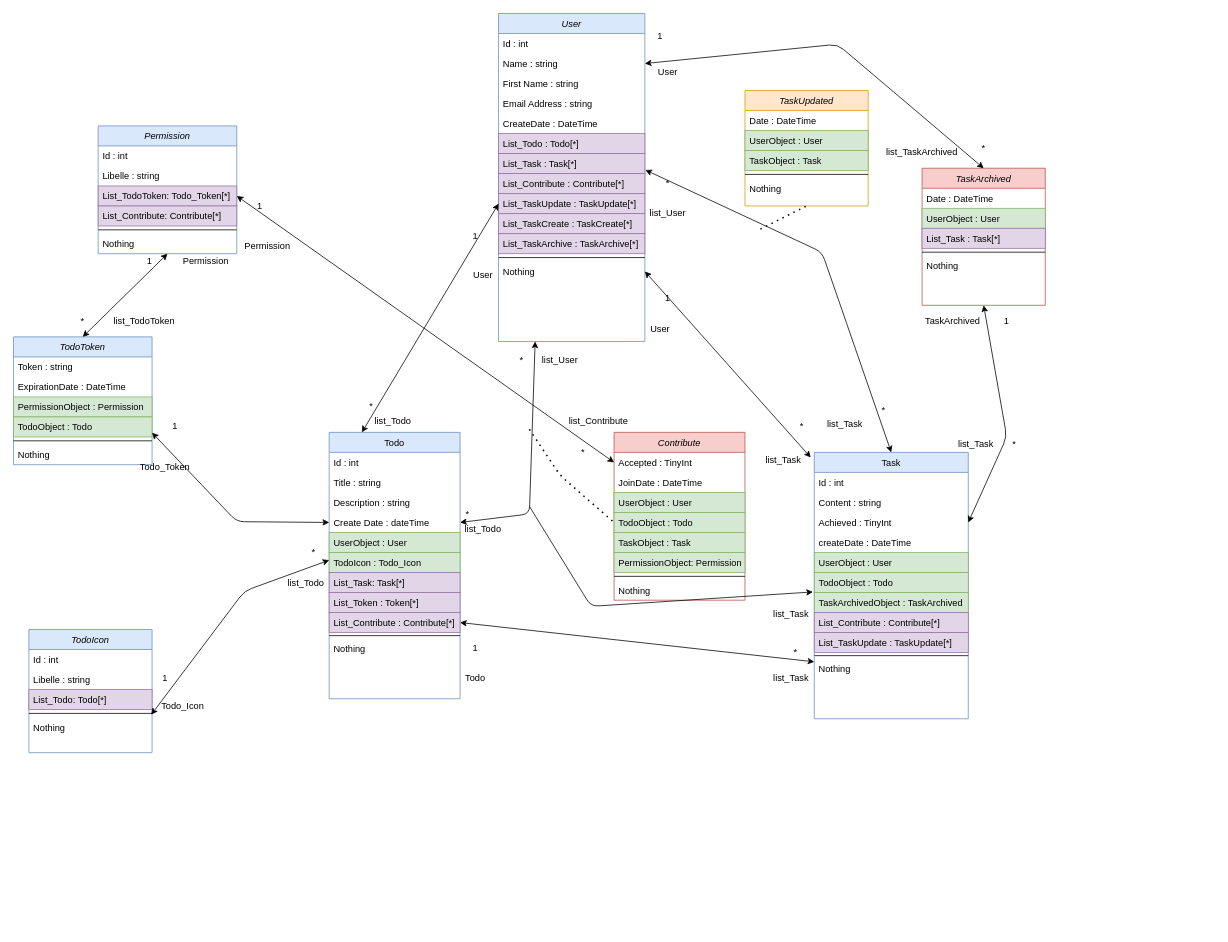
This is public/assets/todo_diagramCLASS.drawio from BaptisteLecat/Todo, a draw.io file, before an edit. Source tidied: cells renumbered, new cells numbered last; positions are measured from the earlier drawing's top-left corner, leaving out a move shared by most shapes. Both pictures are drawn from the tidied source at 77%, with x=0, y=0 at pixel (13, 13).
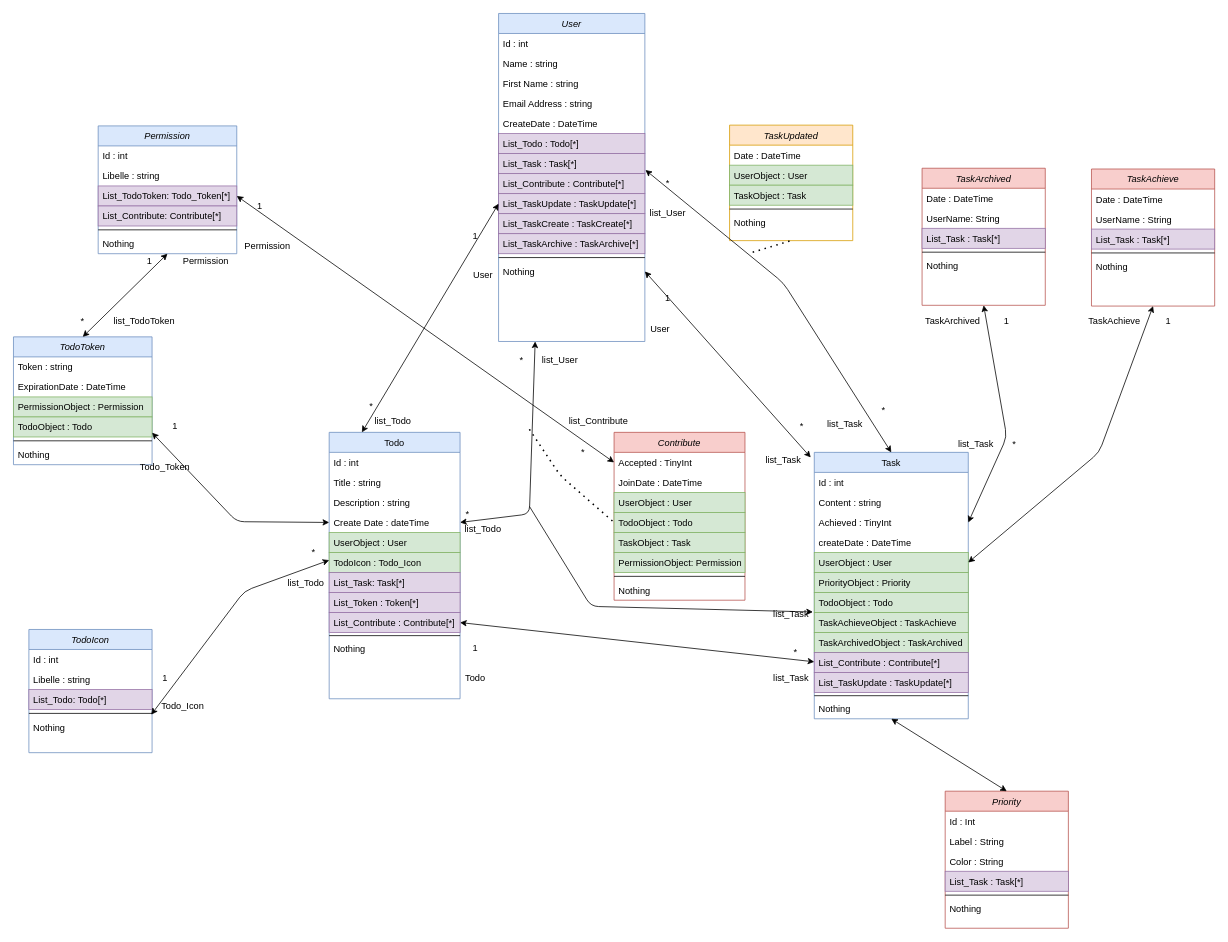
Above is the later version.

Commit message (it also covers changes not shown here):
Ajout Attribut Priority

Unchanged cells that the change refers to:
```xml
<mxCell id="4" value="Name : string" style="text;align=left;verticalAlign=top;spacingLeft=4;spacingRight=4;overflow=hidden;points=[[0,0.5],[1,0.5]];portConstraint=eastwest;rounded=0;shadow=0;html=0;" parent="2" vertex="1">
  <mxGeometry y="52" width="190" height="26" as="geometry" />
</mxCell>
<mxCell id="9" value="List_Task : Task[*]" style="text;align=left;verticalAlign=top;spacingLeft=4;spacingRight=4;overflow=hidden;points=[[0,0.5],[1,0.5]];portConstraint=eastwest;rounded=0;shadow=0;html=0;fillColor=#e1d5e7;strokeColor=#9673a6;" parent="2" vertex="1">
  <mxGeometry y="182" width="190" height="26" as="geometry" />
</mxCell>
<mxCell id="16" value="Task" style="swimlane;fontStyle=0;align=center;verticalAlign=top;horizontal=1;startSize=26;rounded=0;shadow=0;strokeWidth=1;fillColor=#dae8fc;strokeColor=#6c8ebf;" parent="1" vertex="1">
  <mxGeometry x="1040" y="570" width="200" height="346" as="geometry" />
</mxCell>
<mxCell id="21" value="UserObject : User" style="text;align=left;verticalAlign=top;spacingLeft=4;spacingRight=4;overflow=hidden;points=[[0,0.5],[1,0.5]];portConstraint=eastwest;rounded=0;shadow=0;html=0;fillColor=#d5e8d4;strokeColor=#82b366;" parent="16" vertex="1">
  <mxGeometry y="130" width="200" height="26" as="geometry" />
</mxCell>
<mxCell id="59" value="TaskArchived" style="swimlane;fontStyle=2;align=center;verticalAlign=top;horizontal=1;startSize=26;rounded=0;shadow=0;strokeWidth=1;fillColor=#f8cecc;strokeColor=#b85450;" parent="1" vertex="1">
  <mxGeometry x="1180" y="201" width="160" height="178" as="geometry" />
</mxCell>
```

Diff of the diagram source:
```diff
@@
+    <mxCell id="138" value="PriorityObject : Priority" style="text;align=left;verticalAlign=top;spacingLeft=4;spacingRight=4;overflow=hidden;rounded=0;shadow=0;html=0;fillColor=#d5e8d4;strokeColor=#82b366;" parent="16" vertex="1">
+      <mxGeometry y="156" width="200" height="26" as="geometry" />
+    </mxCell>
     <mxCell id="22" value="TodoObject : Todo" style="text;align=left;verticalAlign=top;spacingLeft=4;spacingRight=4;overflow=hidden;points=[[0,0.5],[1,0.5]];portConstraint=eastwest;rounded=0;shadow=0;html=0;fillColor=#d5e8d4;strokeColor=#82b366;" parent="16" vertex="1">
-      <mxGeometry y="156" width="200" height="26" as="geometry" />
+      <mxGeometry y="182" width="200" height="26" as="geometry" />
     </mxCell>
+    <mxCell id="139" value="TaskAchieveObject : TaskAchieve" style="text;align=left;verticalAlign=top;spacingLeft=4;spacingRight=4;overflow=hidden;rounded=0;shadow=0;html=0;fillColor=#d5e8d4;strokeColor=#82b366;" parent="16" vertex="1">
+      <mxGeometry y="208" width="200" height="26" as="geometry" />
+    </mxCell>
     <mxCell id="23" value="TaskArchivedObject : TaskArchived" style="text;align=left;verticalAlign=top;spacingLeft=4;spacingRight=4;overflow=hidden;rounded=0;shadow=0;html=0;fillColor=#d5e8d4;strokeColor=#82b366;" parent="16" vertex="1">
-      <mxGeometry y="182" width="200" height="26" as="geometry" />
+      <mxGeometry y="234" width="200" height="26" as="geometry" />
     </mxCell>
     <mxCell id="24" value="List_Contribute : Contribute[*]" style="text;align=left;verticalAlign=top;spacingLeft=4;spacingRight=4;overflow=hidden;rounded=0;shadow=0;html=0;fillColor=#e1d5e7;strokeColor=#9673a6;" parent="16" vertex="1">
-      <mxGeometry y="208" width="200" height="26" as="geometry" />
+      <mxGeometry y="260" width="200" height="26" as="geometry" />
     </mxCell>
     <mxCell id="25" value="List_TaskUpdate : TaskUpdate[*]" style="text;align=left;verticalAlign=top;spacingLeft=4;spacingRight=4;overflow=hidden;rounded=0;shadow=0;html=0;fillColor=#e1d5e7;strokeColor=#9673a6;" parent="16" vertex="1">
-      <mxGeometry y="234" width="200" height="26" as="geometry" />
+      <mxGeometry y="286" width="200" height="26" as="geometry" />
     </mxCell>
     <mxCell id="26" style="line;html=1;strokeWidth=1;align=left;verticalAlign=middle;spacingTop=-1;spacingLeft=3;spacingRight=3;labelPosition=right;" parent="16" vertex="1">
-      <mxGeometry y="260" width="200" height="8" as="geometry" />
+      <mxGeometry y="312" width="200" height="8" as="geometry" />
     </mxCell>
     <mxCell id="27" value="Nothing" style="text;align=left;verticalAlign=top;spacingLeft=4;spacingRight=4;overflow=hidden;" parent="16" vertex="1">
-      <mxGeometry y="268" width="200" height="26" as="geometry" />
+      <mxGeometry y="320" width="200" height="26" as="geometry" />
     </mxCell>
@@
     <mxCell id="53" value="TaskUpdated" style="swimlane;fontStyle=2;align=center;verticalAlign=top;horizontal=1;startSize=26;rounded=0;shadow=0;strokeWidth=1;fillColor=#ffe6cc;strokeColor=#d79b00;" parent="1" vertex="1">
-      <mxGeometry x="950" y="100" width="160" height="150" as="geometry" />
+      <mxGeometry x="930" y="145" width="160" height="150" as="geometry" />
     </mxCell>
@@
-    <mxCell id="61" value="UserObject : User" style="text;align=left;verticalAlign=top;spacingLeft=4;spacingRight=4;overflow=hidden;rounded=0;shadow=0;html=0;fillColor=#d5e8d4;strokeColor=#82b366;" parent="59" vertex="1">
+    <mxCell id="61" value="UserName: String" style="text;align=left;verticalAlign=top;spacingLeft=4;spacingRight=4;overflow=hidden;rounded=0;shadow=0;html=0;" parent="59" vertex="1">
       <mxGeometry y="52" width="160" height="26" as="geometry" />
     </mxCell>
@@
     <mxCell id="99" style="endArrow=classic;startArrow=classic;html=1;exitX=1.004;exitY=0.819;exitDx=0;exitDy=0;entryX=0.5;entryY=0;entryDx=0;entryDy=0;exitPerimeter=0;" parent="1" edge="1" source="9" target="16">
       <mxGeometry relative="1" as="geometry">
         <Array as="points">
-          <mxPoint x="1050" y="310" />
+          <mxPoint x="1000" y="350" />
         </Array>
       </mxGeometry>
     </mxCell>
     <mxCell id="100" style="endArrow=none;dashed=1;html=1;dashPattern=1 3;strokeWidth=2;entryX=0.5;entryY=1;entryDx=0;entryDy=0;" parent="1" edge="1" target="53">
       <mxGeometry relative="1" as="geometry">
-        <mxPoint x="970" y="280" as="sourcePoint" />
+        <mxPoint x="960" y="310" as="sourcePoint" />
       </mxGeometry>
     </mxCell>
@@
-    <mxCell id="128" style="endArrow=classic;startArrow=classic;html=1;exitX=1;exitY=0.5;exitDx=0;exitDy=0;entryX=0.5;entryY=0;entryDx=0;entryDy=0;" parent="1" edge="1" source="4" target="59">
-      <mxGeometry relative="1" as="geometry">
-        <Array as="points">
-          <mxPoint x="1070" y="40" />
-        </Array>
-      </mxGeometry>
-    </mxCell>
-    <mxCell id="129" value="User" style="text;html=1;strokeColor=none;fillColor=none;align=center;verticalAlign=middle;whiteSpace=wrap;rounded=0;" parent="1" vertex="1">
-      <mxGeometry x="830" y="66" width="40" height="20" as="geometry" />
-    </mxCell>
-    <mxCell id="130" value="1" style="text;html=1;strokeColor=none;fillColor=none;align=center;verticalAlign=middle;whiteSpace=wrap;rounded=0;" parent="1" vertex="1">
-      <mxGeometry x="830" y="20" width="20" height="20" as="geometry" />
-    </mxCell>
-    <mxCell id="131" value="list_TaskArchived" style="text;html=1;strokeColor=none;fillColor=none;align=center;verticalAlign=middle;whiteSpace=wrap;rounded=0;" parent="1" vertex="1">
-      <mxGeometry x="1160" y="170" width="40" height="20" as="geometry" />
-    </mxCell>
-    <mxCell id="132" value="*" style="text;html=1;strokeColor=none;fillColor=none;align=center;verticalAlign=middle;whiteSpace=wrap;rounded=0;" parent="1" vertex="1">
-      <mxGeometry x="1250" y="165" width="20" height="20" as="geometry" />
-    </mxCell>
@@
+    <mxCell id="140" value="Priority" style="swimlane;fontStyle=2;align=center;verticalAlign=top;horizontal=1;startSize=26;rounded=0;shadow=0;strokeWidth=1;fillColor=#f8cecc;strokeColor=#b85450;" parent="1" vertex="1">
+      <mxGeometry x="1210" y="1010" width="160" height="178" as="geometry" />
+    </mxCell>
+    <mxCell id="141" value="Id : Int" style="text;align=left;verticalAlign=top;spacingLeft=4;spacingRight=4;overflow=hidden;" parent="140" vertex="1">
+      <mxGeometry y="26" width="160" height="26" as="geometry" />
+    </mxCell>
+    <mxCell id="142" value="Label : String" style="text;align=left;verticalAlign=top;spacingLeft=4;spacingRight=4;overflow=hidden;rounded=0;shadow=0;html=0;" parent="140" vertex="1">
+      <mxGeometry y="52" width="160" height="26" as="geometry" />
+    </mxCell>
+    <mxCell id="143" value="Color : String" style="text;align=left;verticalAlign=top;spacingLeft=4;spacingRight=4;overflow=hidden;rounded=0;shadow=0;html=0;" parent="140" vertex="1">
+      <mxGeometry y="78" width="160" height="26" as="geometry" />
+    </mxCell>
+    <mxCell id="144" value="List_Task : Task[*]" style="text;align=left;verticalAlign=top;spacingLeft=4;spacingRight=4;overflow=hidden;rounded=0;shadow=0;html=0;fillColor=#e1d5e7;strokeColor=#9673a6;" parent="140" vertex="1">
+      <mxGeometry y="104" width="160" height="26" as="geometry" />
+    </mxCell>
+    <mxCell id="145" style="line;html=1;strokeWidth=1;align=left;verticalAlign=middle;spacingTop=-1;spacingLeft=3;spacingRight=3;labelPosition=right;" parent="140" vertex="1">
+      <mxGeometry y="130" width="160" height="10" as="geometry" />
+    </mxCell>
+    <mxCell id="146" value="Nothing" style="text;align=left;verticalAlign=top;spacingLeft=4;spacingRight=4;overflow=hidden;" parent="140" vertex="1">
+      <mxGeometry y="140" width="160" height="26" as="geometry" />
+    </mxCell>
+    <mxCell id="147" style="endArrow=classic;startArrow=classic;html=1;exitX=0.5;exitY=1;exitDx=0;exitDy=0;entryX=0.5;entryY=0;entryDx=0;entryDy=0;" parent="1" edge="1" source="16" target="140">
+      <mxGeometry relative="1" as="geometry" />
+    </mxCell>
+    <mxCell id="148" value="TaskAchieve" style="swimlane;fontStyle=2;align=center;verticalAlign=top;horizontal=1;startSize=26;rounded=0;shadow=0;strokeWidth=1;fillColor=#f8cecc;strokeColor=#b85450;" parent="1" vertex="1">
+      <mxGeometry x="1400" y="202" width="160" height="178" as="geometry" />
+    </mxCell>
+    <mxCell id="149" value="Date : DateTime" style="text;align=left;verticalAlign=top;spacingLeft=4;spacingRight=4;overflow=hidden;" parent="148" vertex="1">
+      <mxGeometry y="26" width="160" height="26" as="geometry" />
+    </mxCell>
+    <mxCell id="150" value="UserName : String" style="text;align=left;verticalAlign=top;spacingLeft=4;spacingRight=4;overflow=hidden;rounded=0;shadow=0;html=0;" parent="148" vertex="1">
+      <mxGeometry y="52" width="160" height="26" as="geometry" />
+    </mxCell>
+    <mxCell id="151" value="List_Task : Task[*]" style="text;align=left;verticalAlign=top;spacingLeft=4;spacingRight=4;overflow=hidden;rounded=0;shadow=0;html=0;fillColor=#e1d5e7;strokeColor=#9673a6;" parent="148" vertex="1">
+      <mxGeometry y="78" width="160" height="26" as="geometry" />
+    </mxCell>
+    <mxCell id="152" style="line;html=1;strokeWidth=1;align=left;verticalAlign=middle;spacingTop=-1;spacingLeft=3;spacingRight=3;labelPosition=right;" parent="148" vertex="1">
+      <mxGeometry y="104" width="160" height="10" as="geometry" />
+    </mxCell>
+    <mxCell id="153" value="Nothing" style="text;align=left;verticalAlign=top;spacingLeft=4;spacingRight=4;overflow=hidden;" parent="148" vertex="1">
+      <mxGeometry y="114" width="160" height="26" as="geometry" />
+    </mxCell>
+    <mxCell id="154" style="endArrow=classic;startArrow=classic;html=1;exitX=0.5;exitY=1;exitDx=0;exitDy=0;entryX=1;entryY=0.5;entryDx=0;entryDy=0;" parent="1" edge="1" source="148" target="21">
+      <mxGeometry relative="1" as="geometry">
+        <Array as="points">
+          <mxPoint x="1410" y="570" />
+        </Array>
+      </mxGeometry>
+    </mxCell>
+    <mxCell id="155" value="&lt;span style=&quot;text-align: left&quot;&gt;TaskAchieve&lt;/span&gt;" style="text;html=1;strokeColor=none;fillColor=none;align=center;verticalAlign=middle;whiteSpace=wrap;rounded=0;" parent="1" vertex="1">
+      <mxGeometry x="1410" y="390" width="40" height="20" as="geometry" />
+    </mxCell>
+    <mxCell id="130" value="1" style="text;html=1;strokeColor=none;fillColor=none;align=center;verticalAlign=middle;whiteSpace=wrap;rounded=0;" parent="1" vertex="1">
+      <mxGeometry x="1490" y="390" width="20" height="20" as="geometry" />
+    </mxCell>
```
